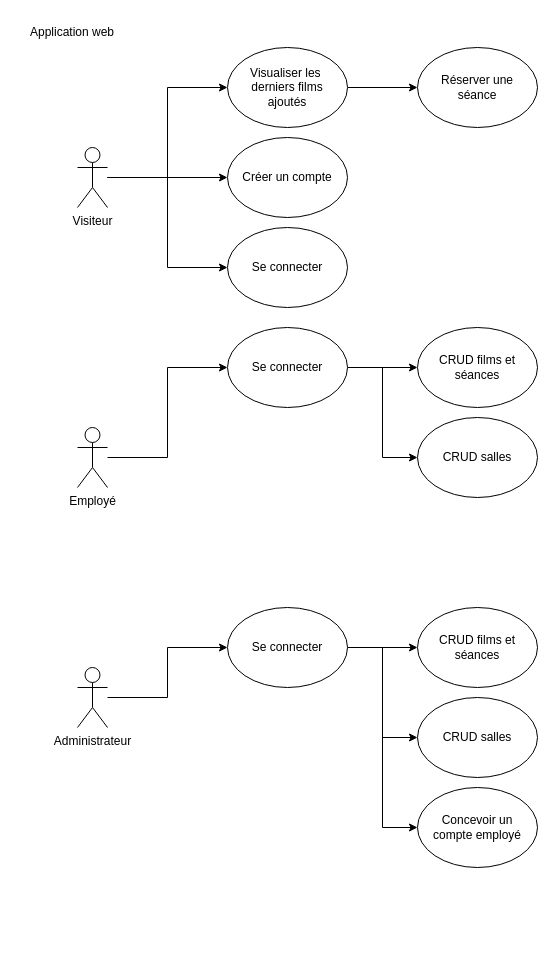
The draw.io diagram cas_d_utilisation.drawio in Thifanie/cinephoria, before the edit. Source tidied: cells renumbered, new cells numbered last; positions are measured from the earlier drawing's top-left corner, leaving out a move shared by most shapes. Both pictures are drawn from the tidied source at 100%, with x=0, y=0 at pixel (17, 17).
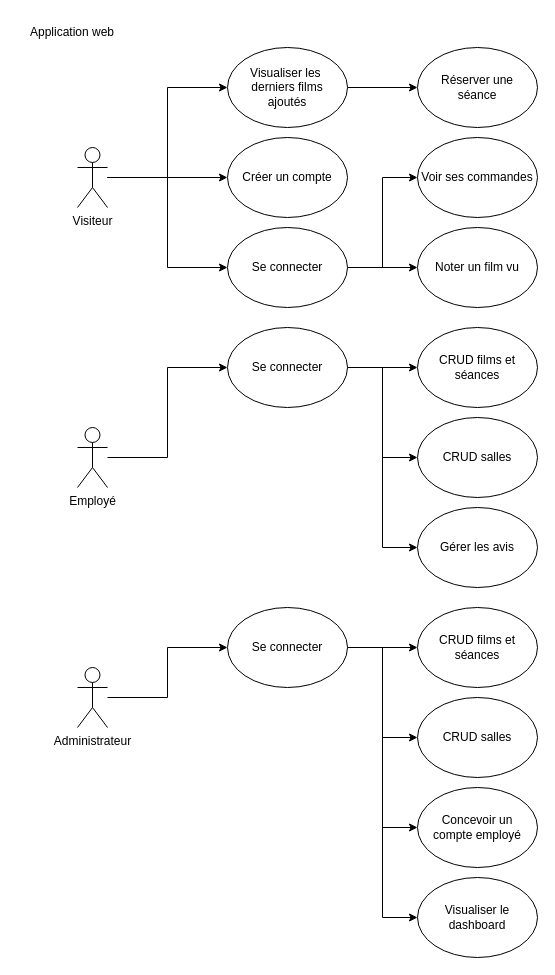
After the change.

Commit message:
Mettre à jour cas_d_utilisation.drawio

The change refers to these unchanged cells:
```xml
<mxCell id="16" value="Se connecter" style="ellipse;whiteSpace=wrap;html=1;" parent="1" vertex="1">
  <mxGeometry x="210" y="210" width="120" height="80" as="geometry" />
</mxCell>
<mxCell id="21" value="Se connecter" style="ellipse;whiteSpace=wrap;html=1;" parent="1" vertex="1">
  <mxGeometry x="210" y="310" width="120" height="80" as="geometry" />
</mxCell>
<mxCell id="25" value="Se connecter" style="ellipse;whiteSpace=wrap;html=1;" parent="1" vertex="1">
  <mxGeometry x="210" y="590" width="120" height="80" as="geometry" />
</mxCell>
```

What changed in the source:
```diff
@@
+    <mxCell id="28" style="edgeStyle=orthogonalEdgeStyle;rounded=0;jettySize=auto;html=1;entryX=0;entryY=0.5;entryDx=0;entryDy=0;" parent="1" edge="1" source="16" target="34">
+      <mxGeometry relative="1" as="geometry" />
+    </mxCell>
+    <mxCell id="29" style="edgeStyle=orthogonalEdgeStyle;rounded=0;jettySize=auto;html=1;entryX=0;entryY=0.5;entryDx=0;entryDy=0;" parent="1" edge="1" source="16" target="35">
+      <mxGeometry relative="1" as="geometry" />
+    </mxCell>
@@
+    <mxCell id="30" style="edgeStyle=orthogonalEdgeStyle;rounded=0;jettySize=auto;html=1;entryX=0;entryY=0.5;entryDx=0;entryDy=0;" parent="1" edge="1" source="21" target="33">
+      <mxGeometry relative="1" as="geometry" />
+    </mxCell>
@@
+    <mxCell id="31" style="edgeStyle=orthogonalEdgeStyle;rounded=0;jettySize=auto;html=1;entryX=0;entryY=0.5;entryDx=0;entryDy=0;" parent="1" edge="1" source="25" target="32">
+      <mxGeometry relative="1" as="geometry" />
+    </mxCell>
@@
+    <mxCell id="32" value="Visualiser le dashboard" style="ellipse;whiteSpace=wrap;html=1;" parent="1" vertex="1">
+      <mxGeometry x="400" y="860" width="120" height="80" as="geometry" />
+    </mxCell>
+    <mxCell id="33" value="Gérer les avis" style="ellipse;whiteSpace=wrap;html=1;" parent="1" vertex="1">
+      <mxGeometry x="400" y="490" width="120" height="80" as="geometry" />
+    </mxCell>
+    <mxCell id="34" value="Voir ses commandes" style="ellipse;whiteSpace=wrap;html=1;" parent="1" vertex="1">
+      <mxGeometry x="400" y="120" width="120" height="80" as="geometry" />
+    </mxCell>
+    <mxCell id="35" value="Noter un film vu" style="ellipse;whiteSpace=wrap;html=1;" parent="1" vertex="1">
+      <mxGeometry x="400" y="210" width="120" height="80" as="geometry" />
+    </mxCell>
```
